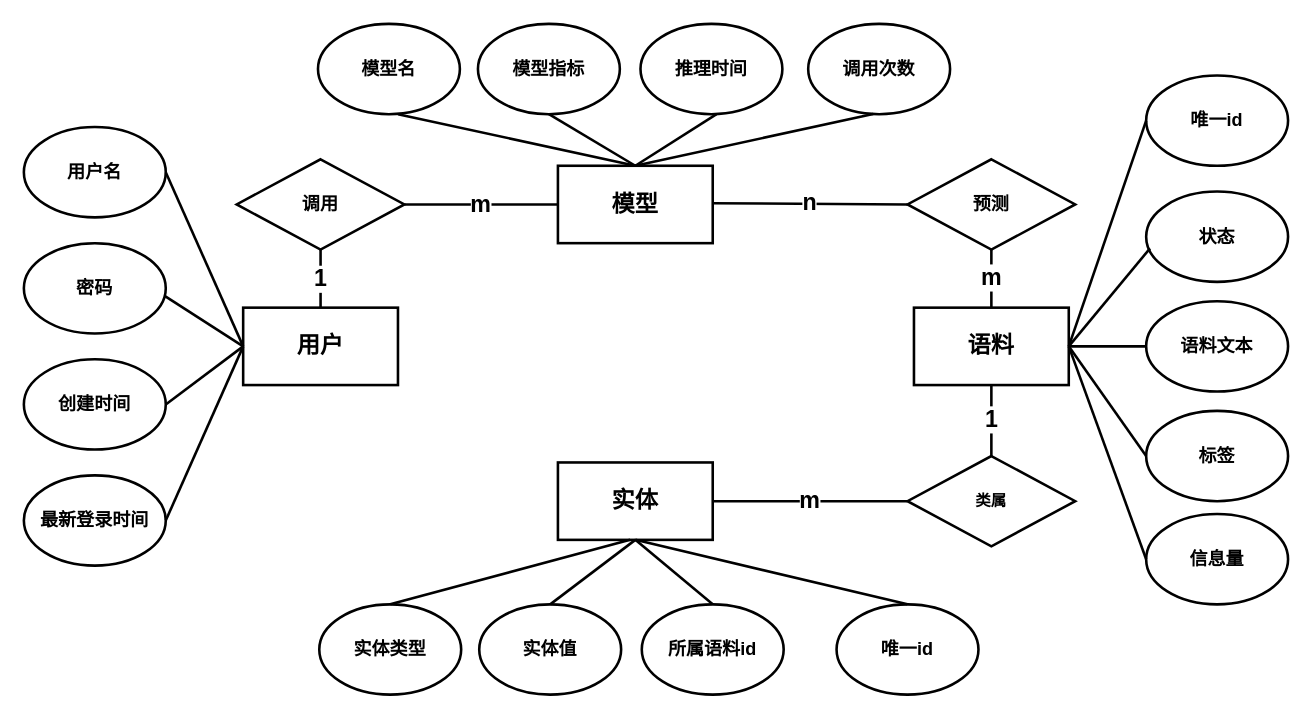
Above: thesis-ch5-er.drawio in zhanghaok/diagram (draw.io), before the change. Source tidied: cells renumbered, new cells numbered last; positions are measured from the earlier drawing's top-left corner, leaving out a move shared by most shapes. Both pictures are drawn from the tidied source at 129%, with x=0, y=0 at pixel (23, 23).
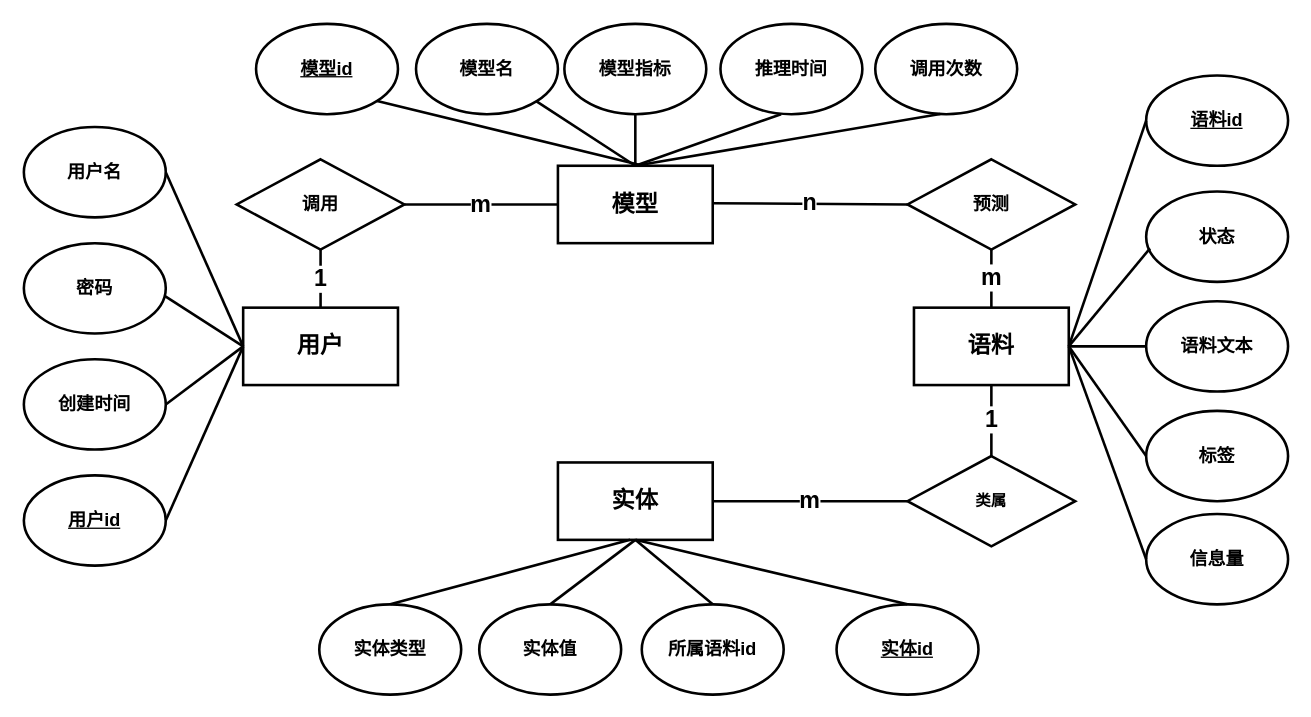
Above is the later version.

Unchanged cells that the change refers to:
```xml
<mxCell id="2" value="&lt;font style=&quot;font-size: 18px;&quot; face=&quot;宋体&quot;&gt;&lt;b&gt;模型&lt;/b&gt;&lt;/font&gt;" style="rounded=0;whiteSpace=wrap;html=1;strokeWidth=2;" parent="1" vertex="1">
  <mxGeometry x="414" y="110" width="120" height="60" as="geometry" />
</mxCell>
```

Change to the diagram source:
```diff
@@
-    <mxCell id="9" value="&lt;font style=&quot;font-size: 14px;&quot; face=&quot;宋体&quot;&gt;&lt;b&gt;最新登录时间&lt;/b&gt;&lt;/font&gt;" style="ellipse;whiteSpace=wrap;html=1;strokeWidth=2;" parent="1" vertex="1">
+    <mxCell id="9" value="&lt;font style=&quot;font-size: 14px;&quot; face=&quot;宋体&quot;&gt;&lt;b&gt;&lt;u&gt;用户id&lt;/u&gt;&lt;/b&gt;&lt;/font&gt;" style="ellipse;whiteSpace=wrap;html=1;strokeWidth=2;" parent="1" vertex="1">
       <mxGeometry y="350" width="110" height="70" as="geometry" />
     </mxCell>
     <mxCell id="10" value="&lt;font style=&quot;font-size: 14px;&quot; face=&quot;宋体&quot;&gt;&lt;b&gt;模型名&lt;/b&gt;&lt;/font&gt;" style="ellipse;whiteSpace=wrap;html=1;strokeWidth=2;" parent="1" vertex="1">
-      <mxGeometry x="228" width="110" height="70" as="geometry" />
+      <mxGeometry x="304" width="110" height="70" as="geometry" />
     </mxCell>
     <mxCell id="11" value="&lt;font style=&quot;font-size: 14px;&quot; face=&quot;宋体&quot;&gt;&lt;b&gt;模型指标&lt;/b&gt;&lt;/font&gt;" style="ellipse;whiteSpace=wrap;html=1;strokeWidth=2;" parent="1" vertex="1">
-      <mxGeometry x="352" width="110" height="70" as="geometry" />
+      <mxGeometry x="419" width="110" height="70" as="geometry" />
     </mxCell>
     <mxCell id="12" value="&lt;font style=&quot;font-size: 14px;&quot; face=&quot;宋体&quot;&gt;&lt;b&gt;推理时间&lt;/b&gt;&lt;/font&gt;" style="ellipse;whiteSpace=wrap;html=1;strokeWidth=2;" parent="1" vertex="1">
-      <mxGeometry x="478" width="110" height="70" as="geometry" />
+      <mxGeometry x="540" width="110" height="70" as="geometry" />
     </mxCell>
     <mxCell id="13" value="&lt;font style=&quot;font-size: 14px;&quot; face=&quot;宋体&quot;&gt;&lt;b&gt;调用次数&lt;/b&gt;&lt;/font&gt;" style="ellipse;whiteSpace=wrap;html=1;strokeWidth=2;" parent="1" vertex="1">
-      <mxGeometry x="608" width="110" height="70" as="geometry" />
+      <mxGeometry x="660" width="110" height="70" as="geometry" />
     </mxCell>
@@
-    <mxCell id="17" value="&lt;font face=&quot;宋体&quot;&gt;&lt;span style=&quot;font-size: 14px;&quot;&gt;&lt;b&gt;唯一id&lt;/b&gt;&lt;/span&gt;&lt;/font&gt;" style="ellipse;whiteSpace=wrap;html=1;strokeWidth=2;" parent="1" vertex="1">
+    <mxCell id="17" value="&lt;font face=&quot;宋体&quot;&gt;&lt;span style=&quot;font-size: 14px;&quot;&gt;&lt;b&gt;&lt;u&gt;实体id&lt;/u&gt;&lt;/b&gt;&lt;/span&gt;&lt;/font&gt;" style="ellipse;whiteSpace=wrap;html=1;strokeWidth=2;" parent="1" vertex="1">
       <mxGeometry x="630" y="450" width="110" height="70" as="geometry" />
     </mxCell>
@@
-    <mxCell id="19" value="&lt;font face=&quot;宋体&quot;&gt;&lt;span style=&quot;font-size: 14px;&quot;&gt;&lt;b&gt;唯一id&lt;/b&gt;&lt;/span&gt;&lt;/font&gt;" style="ellipse;whiteSpace=wrap;html=1;strokeWidth=2;" parent="1" vertex="1">
+    <mxCell id="19" value="&lt;font face=&quot;宋体&quot;&gt;&lt;span style=&quot;font-size: 14px;&quot;&gt;&lt;b&gt;&lt;u&gt;语料id&lt;/u&gt;&lt;/b&gt;&lt;/span&gt;&lt;/font&gt;" style="ellipse;whiteSpace=wrap;html=1;strokeWidth=2;" parent="1" vertex="1">
       <mxGeometry x="870" y="40" width="110" height="70" as="geometry" />
     </mxCell>
@@
-    <mxCell id="29" style="endArrow=none;html=1;rounded=0;entryX=0.5;entryY=0;entryDx=0;entryDy=0;exitX=1;exitY=0.5;exitDx=0;exitDy=0;strokeWidth=2;" parent="1" edge="1" target="2">
-      <mxGeometry relative="1" as="geometry">
-        <mxPoint x="290" y="70" as="sourcePoint" />
-      </mxGeometry>
+    <mxCell id="29" style="endArrow=none;html=1;rounded=0;entryX=0.5;entryY=0;entryDx=0;entryDy=0;strokeWidth=2;" parent="1" edge="1" source="10" target="2">
+      <mxGeometry relative="1" as="geometry" />
     </mxCell>
@@
-    <mxCell id="31" style="endArrow=none;html=1;rounded=0;exitX=0.5;exitY=1;exitDx=0;exitDy=0;strokeWidth=2;" parent="1" edge="1">
+    <mxCell id="31" style="endArrow=none;html=1;rounded=0;exitX=0.427;exitY=1;exitDx=0;exitDy=0;strokeWidth=2;exitPerimeter=0;" parent="1" edge="1" source="12">
       <mxGeometry relative="1" as="geometry">
-        <mxPoint x="537" y="70" as="sourcePoint" />
         <mxPoint x="474" y="110" as="targetPoint" />
       </mxGeometry>
     </mxCell>
@@
+    <mxCell id="49" value="&lt;font style=&quot;font-size: 14px;&quot; face=&quot;宋体&quot;&gt;&lt;b&gt;&lt;u&gt;模型id&lt;/u&gt;&lt;/b&gt;&lt;/font&gt;" style="ellipse;whiteSpace=wrap;html=1;strokeWidth=2;" parent="1" vertex="1">
+      <mxGeometry x="180" width="110" height="70" as="geometry" />
+    </mxCell>
+    <mxCell id="50" style="endArrow=none;html=1;rounded=0;strokeWidth=2;exitX=1;exitY=1;exitDx=0;exitDy=0;" parent="1" edge="1" source="49">
+      <mxGeometry relative="1" as="geometry">
+        <mxPoint x="480" y="110" as="targetPoint" />
+      </mxGeometry>
+    </mxCell>
```
